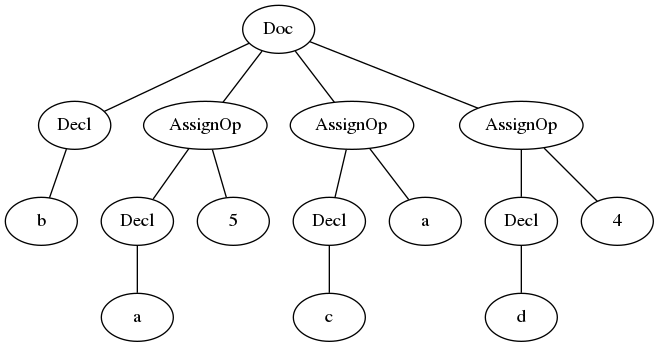
Earlier version of the Graphviz export test_IO/result.png (manomarichal/project-compilers). Its source is kept beside it as test_IO/result.dot.
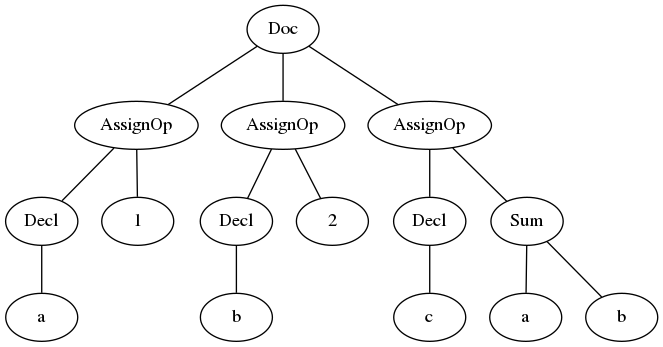
Later version of the same file.

The edit, as a diff of the source:
```diff
@@ -1,31 +1,31 @@
 graph G {
 1 [label=Doc];
-2 [label=Decl];
-3 [label=b];
+2 [label=AssignOp];
+3 [label=Decl];
+4 [label=a];
+3 -- 4;
 2 -- 3;
+5 [label=1];
+2 -- 5;
 1 -- 2;
-4 [label=AssignOp];
-5 [label=Decl];
-6 [label=a];
-5 -- 6;
-4 -- 5;
-7 [label=5];
-4 -- 7;
-1 -- 4;
-8 [label=AssignOp];
-9 [label=Decl];
-10 [label=c];
-9 -- 10;
-8 -- 9;
-11 [label=a];
-8 -- 11;
-1 -- 8;
-12 [label=AssignOp];
-13 [label=Decl];
-14 [label=d];
+6 [label=AssignOp];
+7 [label=Decl];
+8 [label=b];
+7 -- 8;
+6 -- 7;
+9 [label=2];
+6 -- 9;
+1 -- 6;
+10 [label=AssignOp];
+11 [label=Decl];
+12 [label=c];
+11 -- 12;
+10 -- 11;
+13 [label=Sum];
+14 [label=a];
 13 -- 14;
-12 -- 13;
-15 [label=4];
-12 -- 15;
-1 -- 12;
+15 [label=b];
+13 -- 15;
+10 -- 13;
+1 -- 10;
 }
```
